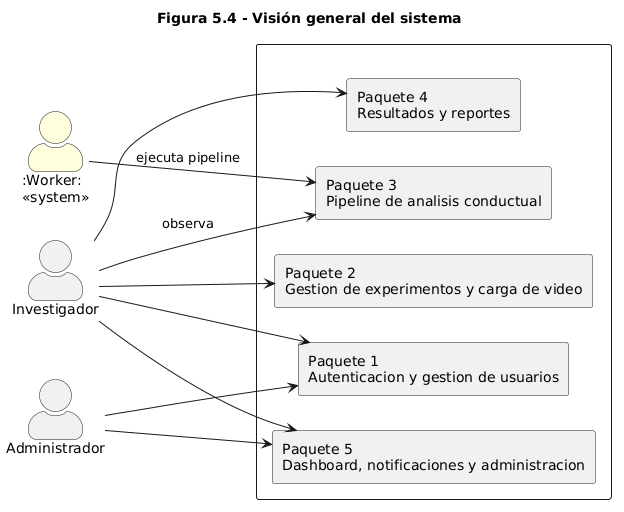
The PlantUML diagram figures/mermaid/cu_vision_general.png in ErickJester/fst-ai-system-latex, before a commit.
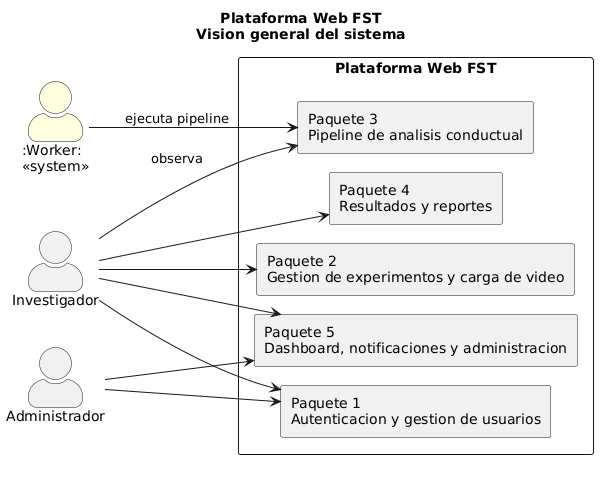
The same diagram one commit later.

Change to the diagram source:
```diff
@@ -1,6 +1,6 @@
 @startuml
-title Figura 5.4 - Visión general del sistema
-
+!pragma layout smetana
+title Plataforma Web FST\nVision general del sistema
 left to right direction
 skinparam packageStyle rectangle
 skinparam actorStyle awesome
@@ -8,27 +8,22 @@
   BackgroundColor White
   BorderColor DarkSlateGray
 }
-
-actor "Investigador\n" as INV
-actor "Administrador\n" as ADMIN
+actor "Investigador" as INV
+actor "Administrador" as ADMIN
 actor ":Worker:\n<<system>>" as WRK #LightYellow
-
-rectangle " " {
+rectangle "Plataforma Web FST" {
   rectangle "Paquete 1\nAutenticacion y gestion de usuarios" as P1
   rectangle "Paquete 2\nGestion de experimentos y carga de video" as P2
   rectangle "Paquete 3\nPipeline de analisis conductual" as P3
   rectangle "Paquete 4\nResultados y reportes" as P4
   rectangle "Paquete 5\nDashboard, notificaciones y administracion" as P5
 }
-
-INV  --> P1
-INV  --> P2
-INV  --> P3 : observa
-INV  --> P4
-INV  --> P5
-
+INV --> P1
+INV --> P2
+INV --> P3 : observa
+INV --> P4
+INV --> P5
 ADMIN --> P1
 ADMIN --> P5
-
-WRK  --> P3 : ejecuta pipeline
+WRK --> P3 : ejecuta pipeline
 @enduml
```
